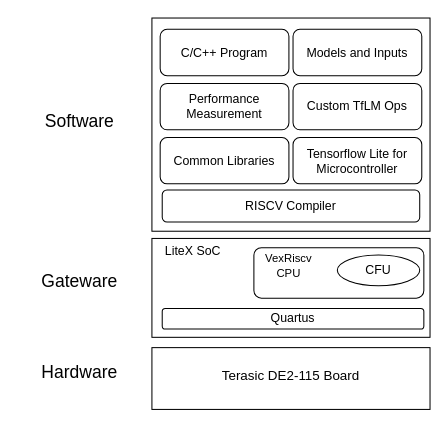
Earlier version of the draw.io diagram rnd-project.drawio (yting27/drawio-examples). Source tidied: cells renumbered, new cells numbered last; positions are measured from the earlier drawing's top-left corner, leaving out a move shared by most shapes. Both pictures are drawn from the tidied source at 103%, with x=0, y=0 at pixel (18, 18).
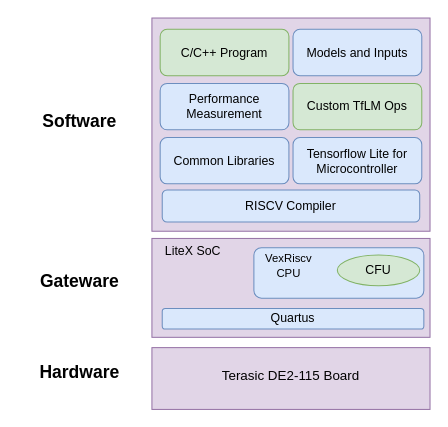
Above is the later version.

Change to the diagram source:
```diff
@@
 <mxGraphModel>
   <root>
     <mxCell id="0" />
     <mxCell id="1" parent="0" />
-    <mxCell id="2" style="rounded=0;whiteSpace=wrap;html=1;" parent="1" vertex="1">
+    <mxCell id="2" style="rounded=0;whiteSpace=wrap;html=1;fillColor=#e1d5e7;strokeColor=#9673a6;" parent="1" vertex="1">
       <mxGeometry x="130" width="270" height="207" as="geometry" />
     </mxCell>
-    <mxCell id="3" style="rounded=0;whiteSpace=wrap;html=1;" parent="1" vertex="1">
+    <mxCell id="3" style="rounded=0;whiteSpace=wrap;html=1;fillColor=#e1d5e7;strokeColor=#9673a6;" parent="1" vertex="1">
       <mxGeometry x="130" y="214" width="270" height="96" as="geometry" />
     </mxCell>
-    <mxCell id="4" value="&lt;sup&gt;&lt;font style=&quot;font-size: 13px;&quot;&gt;Terasic DE2-115 Board&lt;/font&gt;&lt;/sup&gt;" style="rounded=0;whiteSpace=wrap;html=1;" parent="1" vertex="1">
+    <mxCell id="4" value="&lt;sup&gt;&lt;font style=&quot;font-size: 13px;&quot;&gt;Terasic DE2-115 Board&lt;/font&gt;&lt;/sup&gt;" style="rounded=0;whiteSpace=wrap;html=1;fillColor=#e1d5e7;strokeColor=#9673a6;" parent="1" vertex="1">
       <mxGeometry x="130" y="320" width="270" height="60" as="geometry" />
     </mxCell>
-    <mxCell id="5" value="&lt;font style=&quot;font-size: 17px;&quot;&gt;Software&lt;/font&gt;" style="text;html=1;strokeColor=none;fillColor=none;align=center;verticalAlign=middle;whiteSpace=wrap;rounded=0;" parent="1" vertex="1">
+    <mxCell id="5" value="&lt;font style=&quot;font-size: 17px;&quot;&gt;Software&lt;/font&gt;" style="text;html=1;strokeColor=none;fillColor=none;align=center;verticalAlign=middle;whiteSpace=wrap;rounded=0;fontStyle=1;" parent="1" vertex="1">
       <mxGeometry y="86" width="120" height="30" as="geometry" />
     </mxCell>
-    <mxCell id="6" value="&lt;font style=&quot;font-size: 17px;&quot;&gt;Gateware&lt;/font&gt;" style="text;html=1;strokeColor=none;fillColor=none;align=center;verticalAlign=middle;whiteSpace=wrap;rounded=0;" parent="1" vertex="1">
+    <mxCell id="6" value="&lt;font style=&quot;font-size: 17px;&quot;&gt;Gateware&lt;/font&gt;" style="text;html=1;strokeColor=none;fillColor=none;align=center;verticalAlign=middle;whiteSpace=wrap;rounded=0;fontStyle=1;" parent="1" vertex="1">
       <mxGeometry y="242" width="120" height="30" as="geometry" />
     </mxCell>
-    <mxCell id="7" value="&lt;font style=&quot;font-size: 17px;&quot;&gt;Hardware&lt;/font&gt;" style="text;html=1;strokeColor=none;fillColor=none;align=center;verticalAlign=middle;whiteSpace=wrap;rounded=0;" parent="1" vertex="1">
+    <mxCell id="7" value="&lt;font style=&quot;font-size: 17px;&quot;&gt;Hardware&lt;/font&gt;" style="text;html=1;strokeColor=none;fillColor=none;align=center;verticalAlign=middle;whiteSpace=wrap;rounded=0;fontStyle=1;" parent="1" vertex="1">
       <mxGeometry y="330" width="120" height="30" as="geometry" />
     </mxCell>
     <mxCell id="8" value="LiteX SoC" style="text;html=1;strokeColor=none;fillColor=none;align=center;verticalAlign=middle;whiteSpace=wrap;rounded=0;" parent="1" vertex="1">
       <mxGeometry x="130" y="214" width="80" height="26" as="geometry" />
     </mxCell>
-    <mxCell id="9" style="rounded=1;whiteSpace=wrap;html=1;" parent="1" vertex="1">
+    <mxCell id="9" style="rounded=1;whiteSpace=wrap;html=1;fillColor=#dae8fc;strokeColor=#6c8ebf;" parent="1" vertex="1">
       <mxGeometry x="229" y="223" width="165" height="49" as="geometry" />
     </mxCell>
-    <mxCell id="10" value="Quartus" style="rounded=1;whiteSpace=wrap;html=1;" parent="1" vertex="1">
+    <mxCell id="10" value="Quartus" style="rounded=1;whiteSpace=wrap;html=1;fillColor=#dae8fc;strokeColor=#6c8ebf;" parent="1" vertex="1">
       <mxGeometry x="140" y="282" width="254" height="20" as="geometry" />
     </mxCell>
     <mxCell id="11" value="&lt;font style=&quot;font-size: 11px;&quot;&gt;VexRiscv&lt;br&gt;CPU&lt;/font&gt;" style="text;html=1;strokeColor=none;fillColor=none;align=center;verticalAlign=middle;whiteSpace=wrap;rounded=0;" parent="1" vertex="1">
       <mxGeometry x="223" y="225" width="80" height="30" as="geometry" />
     </mxCell>
-    <mxCell id="12" value="CFU" style="ellipse;whiteSpace=wrap;html=1;" parent="1" vertex="1">
+    <mxCell id="12" value="CFU" style="ellipse;whiteSpace=wrap;html=1;fillColor=#d5e8d4;strokeColor=#82b366;" parent="1" vertex="1">
       <mxGeometry x="310" y="230" width="80" height="30" as="geometry" />
     </mxCell>
-    <mxCell id="13" value="C/C++ Program" style="rounded=1;whiteSpace=wrap;html=1;" parent="1" vertex="1">
+    <mxCell id="13" value="C/C++ Program" style="rounded=1;whiteSpace=wrap;html=1;fillColor=#d5e8d4;strokeColor=#82b366;" parent="1" vertex="1">
       <mxGeometry x="138" y="11" width="125" height="45" as="geometry" />
     </mxCell>
-    <mxCell id="14" value="Performance Measurement" style="rounded=1;whiteSpace=wrap;html=1;" parent="1" vertex="1">
+    <mxCell id="14" value="Performance Measurement" style="rounded=1;whiteSpace=wrap;html=1;fillColor=#dae8fc;strokeColor=#6c8ebf;" parent="1" vertex="1">
       <mxGeometry x="138" y="63.5" width="125" height="45" as="geometry" />
     </mxCell>
-    <mxCell id="15" value="Common Libraries" style="rounded=1;whiteSpace=wrap;html=1;" parent="1" vertex="1">
+    <mxCell id="15" value="Common Libraries" style="rounded=1;whiteSpace=wrap;html=1;fillColor=#dae8fc;strokeColor=#6c8ebf;" parent="1" vertex="1">
       <mxGeometry x="138" y="116" width="125" height="45" as="geometry" />
     </mxCell>
-    <mxCell id="16" value="Tensorflow Lite for Microcontroller" style="rounded=1;whiteSpace=wrap;html=1;" parent="1" vertex="1">
+    <mxCell id="16" value="Tensorflow Lite for Microcontroller" style="rounded=1;whiteSpace=wrap;html=1;fillColor=#dae8fc;strokeColor=#6c8ebf;" parent="1" vertex="1">
       <mxGeometry x="267" y="116" width="125" height="45" as="geometry" />
     </mxCell>
-    <mxCell id="17" value="Custom TfLM Ops" style="rounded=1;whiteSpace=wrap;html=1;" parent="1" vertex="1">
+    <mxCell id="17" value="Custom TfLM Ops" style="rounded=1;whiteSpace=wrap;html=1;fillColor=#d5e8d4;strokeColor=#82b366;" parent="1" vertex="1">
       <mxGeometry x="267" y="63.5" width="125" height="45" as="geometry" />
     </mxCell>
-    <mxCell id="18" value="Models and Inputs" style="rounded=1;whiteSpace=wrap;html=1;" parent="1" vertex="1">
+    <mxCell id="18" value="Models and Inputs" style="rounded=1;whiteSpace=wrap;html=1;fillColor=#dae8fc;strokeColor=#6c8ebf;" parent="1" vertex="1">
       <mxGeometry x="267" y="11" width="125" height="45" as="geometry" />
     </mxCell>
-    <mxCell id="19" value="RISCV Compiler" style="rounded=1;whiteSpace=wrap;html=1;" parent="1" vertex="1">
+    <mxCell id="19" value="RISCV Compiler" style="rounded=1;whiteSpace=wrap;html=1;fillColor=#dae8fc;strokeColor=#6c8ebf;" parent="1" vertex="1">
       <mxGeometry x="140" y="167" width="250" height="31" as="geometry" />
     </mxCell>
   </root>
 </mxGraphModel>
```
